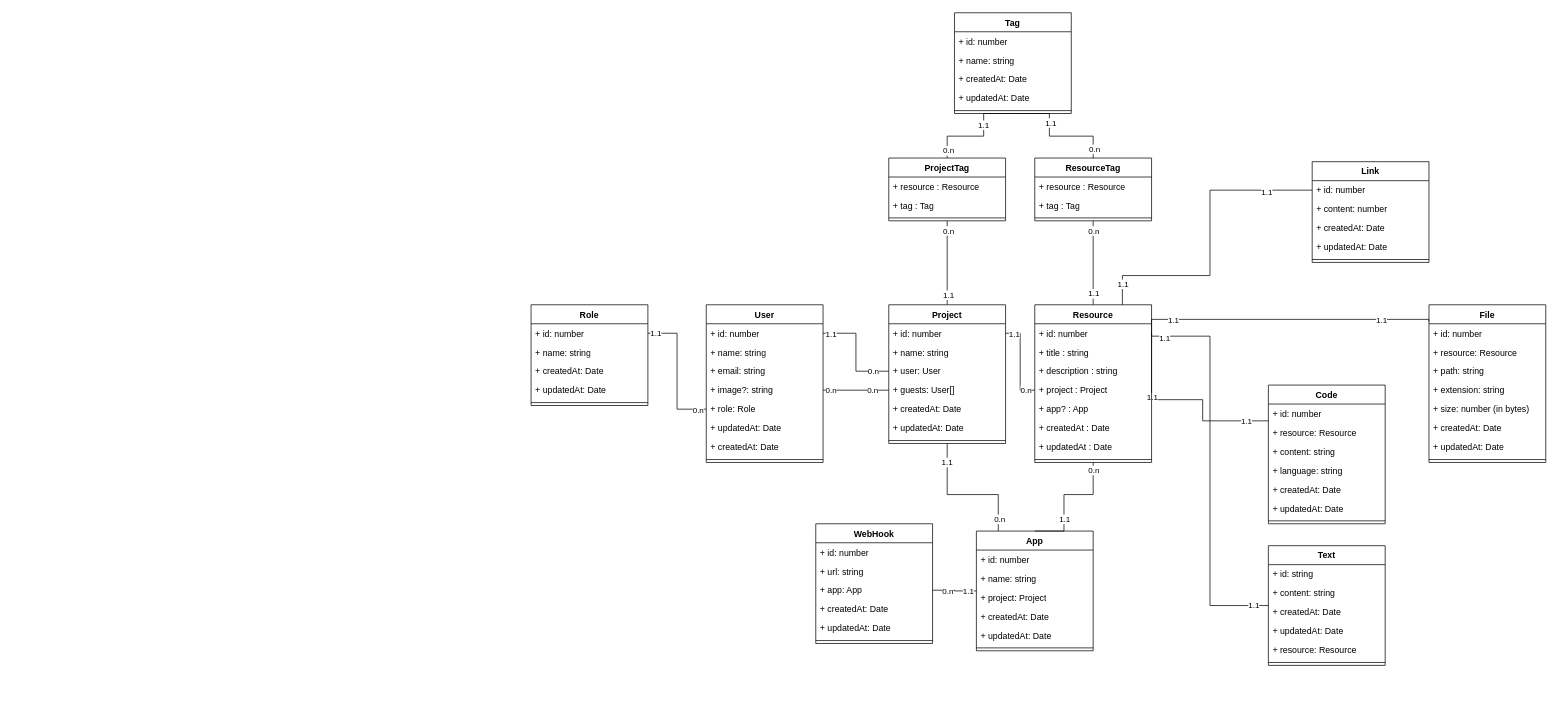
Before: diagrams/classDiagram.drawio in ChoaibMouhrach/codebuddy, a draw.io diagram. Source tidied: cells renumbered, new cells numbered last; positions are measured from the earlier drawing's top-left corner, leaving out a move shared by most shapes. Both pictures are drawn from the tidied source at 73%, with x=0, y=0 at pixel (531, 12).
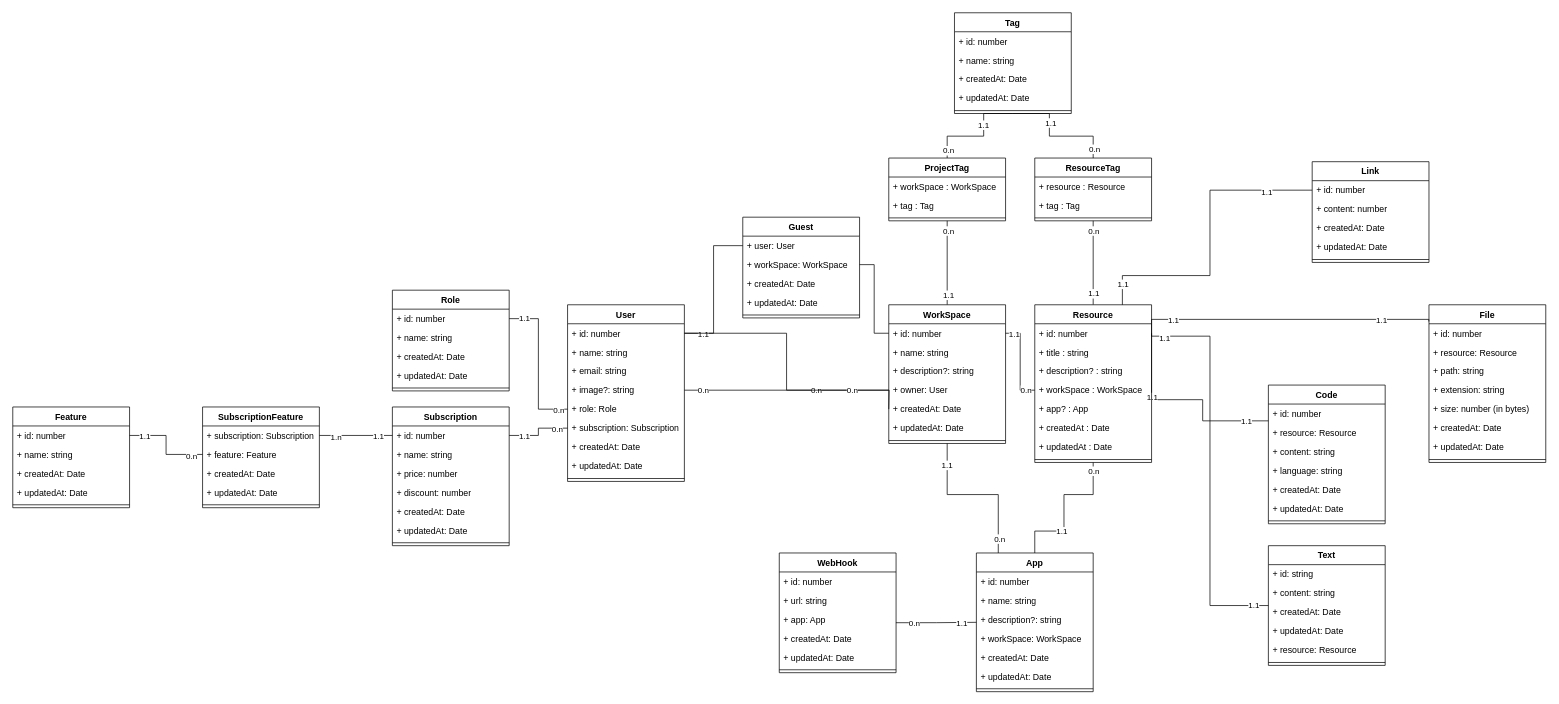
The same page after the edit.

Commit message:
add subscriptions table and rename projects to workspaces classDiagram.drawio

The change refers to these unchanged cells:
```xml
<mxCell id="6" value="+ id: number" style="text;strokeColor=none;fillColor=none;align=left;verticalAlign=top;spacingLeft=4;spacingRight=4;overflow=hidden;points=[[0,0.5],[1,0.5]];portConstraint=eastwest;whiteSpace=wrap;html=1;" parent="5" vertex="1">
  <mxGeometry y="26" width="160" height="26" as="geometry" />
</mxCell>
<mxCell id="14" value="+ id: number" style="text;strokeColor=none;fillColor=none;align=left;verticalAlign=top;spacingLeft=4;spacingRight=4;overflow=hidden;points=[[0,0.5],[1,0.5]];portConstraint=eastwest;whiteSpace=wrap;html=1;" parent="13" vertex="1">
  <mxGeometry y="26" width="160" height="26" as="geometry" />
</mxCell>
<mxCell id="17" value="+ image?: string" style="text;strokeColor=none;fillColor=none;align=left;verticalAlign=top;spacingLeft=4;spacingRight=4;overflow=hidden;points=[[0,0.5],[1,0.5]];portConstraint=eastwest;whiteSpace=wrap;html=1;" parent="13" vertex="1">
  <mxGeometry y="104" width="160" height="26" as="geometry" />
</mxCell>
<mxCell id="83" value="Resource" style="swimlane;fontStyle=1;align=center;verticalAlign=top;horizontal=1;startSize=26;whiteSpace=wrap;html=1;" parent="1" vertex="1">
  <mxGeometry x="690" y="400" width="160" height="216" as="geometry" />
</mxCell>
<mxCell id="108" value="ProjectTag" style="swimlane;fontStyle=1;align=center;verticalAlign=top;horizontal=1;startSize=26;whiteSpace=wrap;html=1;" parent="1" vertex="1">
  <mxGeometry x="490" y="199" width="160" height="86" as="geometry" />
</mxCell>
<mxCell id="118" style="edgeStyle=orthogonalEdgeStyle;rounded=0;jettySize=auto;html=1;entryX=1;entryY=0.5;entryDx=0;entryDy=0;endArrow=none;endFill=0;" parent="1" edge="1" source="8" target="14">
  <mxGeometry relative="1" as="geometry" />
</mxCell>
<mxCell id="121" style="edgeStyle=orthogonalEdgeStyle;rounded=0;jettySize=auto;html=1;entryX=1;entryY=0.5;entryDx=0;entryDy=0;endArrow=none;endFill=0;" parent="1" edge="1" source="18" target="69">
  <mxGeometry relative="1" as="geometry" />
</mxCell>
<mxCell id="130" value="+ app: App" style="text;strokeColor=none;fillColor=none;align=left;verticalAlign=top;spacingLeft=4;spacingRight=4;overflow=hidden;points=[[0,0.5],[1,0.5]];portConstraint=eastwest;whiteSpace=wrap;html=1;" parent="127" vertex="1">
  <mxGeometry y="78" width="160" height="26" as="geometry" />
</mxCell>
```

What changed in the source:
```diff
@@
-    <mxCell id="5" value="Project" style="swimlane;fontStyle=1;align=center;verticalAlign=top;horizontal=1;startSize=26;whiteSpace=wrap;html=1;" parent="1" vertex="1">
+    <mxCell id="5" value="WorkSpace" style="swimlane;fontStyle=1;align=center;verticalAlign=top;horizontal=1;startSize=26;whiteSpace=wrap;html=1;" parent="1" vertex="1">
       <mxGeometry x="490" y="400" width="160" height="190" as="geometry" />
     </mxCell>
@@
+    <mxCell id="137" value="+ description?: string" style="text;strokeColor=none;fillColor=none;align=left;verticalAlign=top;spacingLeft=4;spacingRight=4;overflow=hidden;whiteSpace=wrap;html=1;" parent="5" vertex="1">
+      <mxGeometry y="78" width="160" height="26" as="geometry" />
+    </mxCell>
-    <mxCell id="8" value="+ user: User" style="text;strokeColor=none;fillColor=none;align=left;verticalAlign=top;spacingLeft=4;spacingRight=4;overflow=hidden;points=[[0,0.5],[1,0.5]];portConstraint=eastwest;whiteSpace=wrap;html=1;" parent="5" vertex="1">
-      <mxGeometry y="78" width="160" height="26" as="geometry" />
+    <mxCell id="8" value="+ owner: User" style="text;strokeColor=none;fillColor=none;align=left;verticalAlign=top;spacingLeft=4;spacingRight=4;overflow=hidden;points=[[0,0.5],[1,0.5]];portConstraint=eastwest;whiteSpace=wrap;html=1;" parent="5" vertex="1">
+      <mxGeometry y="104" width="160" height="26" as="geometry" />
     </mxCell>
-    <mxCell id="9" value="+ guests: User[]" style="text;strokeColor=none;fillColor=none;align=left;verticalAlign=top;spacingLeft=4;spacingRight=4;overflow=hidden;points=[[0,0.5],[1,0.5]];portConstraint=eastwest;whiteSpace=wrap;html=1;" parent="5" vertex="1">
-      <mxGeometry y="104" width="160" height="26" as="geometry" />
-    </mxCell>
@@
     <mxCell id="13" value="User" style="swimlane;fontStyle=1;align=center;verticalAlign=top;horizontal=1;startSize=26;whiteSpace=wrap;html=1;" parent="1" vertex="1">
-      <mxGeometry x="240" y="400" width="160" height="216" as="geometry" />
+      <mxGeometry x="50" y="400" width="160" height="242" as="geometry" />
     </mxCell>
@@
-    <mxCell id="19" value="+ updatedAt: Date" style="text;strokeColor=none;fillColor=none;align=left;verticalAlign=top;spacingLeft=4;spacingRight=4;overflow=hidden;points=[[0,0.5],[1,0.5]];portConstraint=eastwest;whiteSpace=wrap;html=1;" parent="13" vertex="1">
+    <mxCell id="19" value="+ subscription: Subscription" style="text;strokeColor=none;fillColor=none;align=left;verticalAlign=top;spacingLeft=4;spacingRight=4;overflow=hidden;points=[[0,0.5],[1,0.5]];portConstraint=eastwest;whiteSpace=wrap;html=1;" parent="13" vertex="1">
       <mxGeometry y="156" width="160" height="26" as="geometry" />
     </mxCell>
@@
+    <mxCell id="138" value="+ updatedAt: Date" style="text;strokeColor=none;fillColor=none;align=left;verticalAlign=top;spacingLeft=4;spacingRight=4;overflow=hidden;whiteSpace=wrap;html=1;" parent="13" vertex="1">
+      <mxGeometry y="208" width="160" height="26" as="geometry" />
+    </mxCell>
     <mxCell id="21" style="line;strokeWidth=1;fillColor=none;align=left;verticalAlign=middle;spacingTop=-1;spacingLeft=3;spacingRight=3;labelPosition=right;strokeColor=inherit;" parent="13" vertex="1">
-      <mxGeometry y="208" width="160" height="8" as="geometry" />
+      <mxGeometry y="234" width="160" height="8" as="geometry" />
     </mxCell>
@@
     <mxCell id="25" value="App" style="swimlane;fontStyle=1;align=center;verticalAlign=top;horizontal=1;startSize=26;whiteSpace=wrap;html=1;" parent="1" vertex="1">
-      <mxGeometry x="610" y="710" width="160" height="164" as="geometry" />
+      <mxGeometry x="610" y="740" width="160" height="190" as="geometry" />
     </mxCell>
@@
+    <mxCell id="139" value="+ description?: string" style="text;strokeColor=none;fillColor=none;align=left;verticalAlign=top;spacingLeft=4;spacingRight=4;overflow=hidden;whiteSpace=wrap;html=1;" parent="25" vertex="1">
+      <mxGeometry y="78" width="160" height="26" as="geometry" />
+    </mxCell>
-    <mxCell id="28" value="+ project: Project" style="text;strokeColor=none;fillColor=none;align=left;verticalAlign=top;spacingLeft=4;spacingRight=4;overflow=hidden;whiteSpace=wrap;html=1;" parent="25" vertex="1">
-      <mxGeometry y="78" width="160" height="26" as="geometry" />
+    <mxCell id="28" value="+ workSpace: WorkSpace" style="text;strokeColor=none;fillColor=none;align=left;verticalAlign=top;spacingLeft=4;spacingRight=4;overflow=hidden;whiteSpace=wrap;html=1;" parent="25" vertex="1">
+      <mxGeometry y="104" width="160" height="26" as="geometry" />
     </mxCell>
     <mxCell id="29" value="+ createdAt: Date" style="text;strokeColor=none;fillColor=none;align=left;verticalAlign=top;spacingLeft=4;spacingRight=4;overflow=hidden;whiteSpace=wrap;html=1;" parent="25" vertex="1">
-      <mxGeometry y="104" width="160" height="26" as="geometry" />
+      <mxGeometry y="130" width="160" height="26" as="geometry" />
     </mxCell>
     <mxCell id="30" value="+ updatedAt: Date" style="text;strokeColor=none;fillColor=none;align=left;verticalAlign=top;spacingLeft=4;spacingRight=4;overflow=hidden;whiteSpace=wrap;html=1;" parent="25" vertex="1">
-      <mxGeometry y="130" width="160" height="26" as="geometry" />
+      <mxGeometry y="156" width="160" height="26" as="geometry" />
     </mxCell>
     <mxCell id="31" style="line;strokeWidth=1;fillColor=none;align=left;verticalAlign=middle;spacingTop=-1;spacingLeft=3;spacingRight=3;labelPosition=right;strokeColor=inherit;" parent="25" vertex="1">
-      <mxGeometry y="156" width="160" height="8" as="geometry" />
+      <mxGeometry y="182" width="160" height="8" as="geometry" />
     </mxCell>
@@
     <mxCell id="68" value="Role" style="swimlane;fontStyle=1;align=center;verticalAlign=top;horizontal=1;startSize=26;whiteSpace=wrap;html=1;" parent="1" vertex="1">
-      <mxGeometry y="400" width="160" height="138" as="geometry" />
+      <mxGeometry x="-190" y="380" width="160" height="138" as="geometry" />
     </mxCell>
@@
-    <mxCell id="86" value="+ description : string" style="text;strokeColor=none;fillColor=none;align=left;verticalAlign=top;spacingLeft=4;spacingRight=4;overflow=hidden;whiteSpace=wrap;html=1;" parent="83" vertex="1">
+    <mxCell id="86" value="+ description? : string" style="text;strokeColor=none;fillColor=none;align=left;verticalAlign=top;spacingLeft=4;spacingRight=4;overflow=hidden;whiteSpace=wrap;html=1;" parent="83" vertex="1">
       <mxGeometry y="78" width="160" height="26" as="geometry" />
     </mxCell>
-    <mxCell id="87" value="+ project : Project" style="text;strokeColor=none;fillColor=none;align=left;verticalAlign=top;spacingLeft=4;spacingRight=4;overflow=hidden;points=[[0,0.5],[1,0.5]];portConstraint=eastwest;whiteSpace=wrap;html=1;" parent="83" vertex="1">
+    <mxCell id="87" value="+ workSpace : WorkSpace" style="text;strokeColor=none;fillColor=none;align=left;verticalAlign=top;spacingLeft=4;spacingRight=4;overflow=hidden;points=[[0,0.5],[1,0.5]];portConstraint=eastwest;whiteSpace=wrap;html=1;" parent="83" vertex="1">
       <mxGeometry y="104" width="160" height="26" as="geometry" />
     </mxCell>
@@
-    <mxCell id="109" value="+ resource : Resource" style="text;strokeColor=none;fillColor=none;align=left;verticalAlign=top;spacingLeft=4;spacingRight=4;overflow=hidden;whiteSpace=wrap;html=1;" parent="108" vertex="1">
+    <mxCell id="109" value="+ workSpace : WorkSpace" style="text;strokeColor=none;fillColor=none;align=left;verticalAlign=top;spacingLeft=4;spacingRight=4;overflow=hidden;whiteSpace=wrap;html=1;" parent="108" vertex="1">
       <mxGeometry y="26" width="160" height="26" as="geometry" />
     </mxCell>
@@
     <mxCell id="119" value="0.n" style="edgeLabel;html=1;align=center;verticalAlign=middle;" parent="118" vertex="1">
       <mxGeometry x="-0.63" relative="1" as="geometry">
-        <mxPoint x="4" y="-1" as="offset" />
+        <mxPoint x="-34" y="-1" as="offset" />
       </mxGeometry>
     </mxCell>
@@
     <mxCell id="123" value="1.1" style="edgeLabel;html=1;align=center;verticalAlign=middle;" parent="121" vertex="1">
-      <mxGeometry x="0.89" y="-1" relative="1" as="geometry" />
+      <mxGeometry x="0.89" y="-1" relative="1" as="geometry">
+        <mxPoint x="9" as="offset" />
+      </mxGeometry>
     </mxCell>
-    <mxCell id="124" style="edgeStyle=orthogonalEdgeStyle;rounded=0;jettySize=auto;html=1;entryX=1;entryY=0.5;entryDx=0;entryDy=0;endArrow=none;endFill=0;" parent="1" edge="1" source="9" target="17">
-      <mxGeometry relative="1" as="geometry" />
+    <mxCell id="124" style="edgeStyle=orthogonalEdgeStyle;rounded=0;jettySize=auto;html=1;entryX=1;entryY=0.5;entryDx=0;entryDy=0;endArrow=none;endFill=0;" parent="1" edge="1" target="17">
+      <mxGeometry relative="1" as="geometry">
+        <mxPoint x="490" y="543" as="sourcePoint" />
+      </mxGeometry>
     </mxCell>
@@
     <mxCell id="127" value="WebHook" style="swimlane;fontStyle=1;align=center;verticalAlign=top;horizontal=1;startSize=26;whiteSpace=wrap;html=1;" parent="1" vertex="1">
-      <mxGeometry x="390" y="700" width="160" height="164" as="geometry" />
+      <mxGeometry x="340" y="740" width="160" height="164" as="geometry" />
     </mxCell>
@@
-    <mxCell id="134" style="edgeStyle=orthogonalEdgeStyle;rounded=0;jettySize=auto;html=1;endArrow=none;endFill=0;" parent="1" edge="1" source="130" target="25">
+    <mxCell id="134" style="edgeStyle=orthogonalEdgeStyle;rounded=0;jettySize=auto;html=1;endArrow=none;endFill=0;exitX=0.999;exitY=0.674;exitDx=0;exitDy=0;exitPerimeter=0;" parent="1" edge="1" source="130" target="25">
       <mxGeometry relative="1" as="geometry" />
     </mxCell>
@@
+    <mxCell id="140" value="Guest" style="swimlane;fontStyle=1;align=center;verticalAlign=top;horizontal=1;startSize=26;whiteSpace=wrap;html=1;" parent="1" vertex="1">
+      <mxGeometry x="290" y="280" width="160" height="138" as="geometry" />
+    </mxCell>
+    <mxCell id="141" value="+ user: User" style="text;strokeColor=none;fillColor=none;align=left;verticalAlign=top;spacingLeft=4;spacingRight=4;overflow=hidden;points=[[0,0.5],[1,0.5]];portConstraint=eastwest;whiteSpace=wrap;html=1;" parent="140" vertex="1">
+      <mxGeometry y="26" width="160" height="26" as="geometry" />
+    </mxCell>
+    <mxCell id="142" value="+ workSpace: WorkSpace" style="text;strokeColor=none;fillColor=none;align=left;verticalAlign=top;spacingLeft=4;spacingRight=4;overflow=hidden;points=[[0,0.5],[1,0.5]];portConstraint=eastwest;whiteSpace=wrap;html=1;" parent="140" vertex="1">
+      <mxGeometry y="52" width="160" height="26" as="geometry" />
+    </mxCell>
+    <mxCell id="143" value="+ createdAt: Date" style="text;strokeColor=none;fillColor=none;align=left;verticalAlign=top;spacingLeft=4;spacingRight=4;overflow=hidden;whiteSpace=wrap;html=1;" parent="140" vertex="1">
+      <mxGeometry y="78" width="160" height="26" as="geometry" />
+    </mxCell>
+    <mxCell id="144" value="+ updatedAt: Date" style="text;strokeColor=none;fillColor=none;align=left;verticalAlign=top;spacingLeft=4;spacingRight=4;overflow=hidden;whiteSpace=wrap;html=1;" parent="140" vertex="1">
+      <mxGeometry y="104" width="160" height="26" as="geometry" />
+    </mxCell>
+    <mxCell id="145" style="line;strokeWidth=1;fillColor=none;align=left;verticalAlign=middle;spacingTop=-1;spacingLeft=3;spacingRight=3;labelPosition=right;strokeColor=inherit;" parent="140" vertex="1">
+      <mxGeometry y="130" width="160" height="8" as="geometry" />
+    </mxCell>
+    <mxCell id="146" style="edgeStyle=orthogonalEdgeStyle;rounded=0;jettySize=auto;html=1;entryX=1;entryY=0.5;entryDx=0;entryDy=0;endArrow=none;endFill=0;" parent="1" edge="1" source="141" target="14">
+      <mxGeometry relative="1" as="geometry" />
+    </mxCell>
+    <mxCell id="147" style="edgeStyle=orthogonalEdgeStyle;rounded=0;jettySize=auto;html=1;entryX=0;entryY=0.5;entryDx=0;entryDy=0;endArrow=none;endFill=0;" parent="1" edge="1" source="142" target="6">
+      <mxGeometry relative="1" as="geometry" />
+    </mxCell>
+    <mxCell id="148" value="Subscription" style="swimlane;fontStyle=1;align=center;verticalAlign=top;horizontal=1;startSize=26;whiteSpace=wrap;html=1;" parent="1" vertex="1">
+      <mxGeometry x="-190" y="540" width="160" height="190" as="geometry" />
+    </mxCell>
+    <mxCell id="149" value="+ id: number" style="text;strokeColor=none;fillColor=none;align=left;verticalAlign=top;spacingLeft=4;spacingRight=4;overflow=hidden;points=[[0,0.5],[1,0.5]];portConstraint=eastwest;whiteSpace=wrap;html=1;" parent="148" vertex="1">
+      <mxGeometry y="26" width="160" height="26" as="geometry" />
+    </mxCell>
+    <mxCell id="150" value="+ name: string" style="text;strokeColor=none;fillColor=none;align=left;verticalAlign=top;spacingLeft=4;spacingRight=4;overflow=hidden;whiteSpace=wrap;html=1;" parent="148" vertex="1">
+      <mxGeometry y="52" width="160" height="26" as="geometry" />
+    </mxCell>
+    <mxCell id="151" value="+ price: number" style="text;strokeColor=none;fillColor=none;align=left;verticalAlign=top;spacingLeft=4;spacingRight=4;overflow=hidden;whiteSpace=wrap;html=1;" parent="148" vertex="1">
+      <mxGeometry y="78" width="160" height="26" as="geometry" />
+    </mxCell>
+    <mxCell id="152" value="+ discount: number" style="text;strokeColor=none;fillColor=none;align=left;verticalAlign=top;spacingLeft=4;spacingRight=4;overflow=hidden;whiteSpace=wrap;html=1;" parent="148" vertex="1">
+      <mxGeometry y="104" width="160" height="26" as="geometry" />
+    </mxCell>
+    <mxCell id="153" value="+ createdAt: Date" style="text;strokeColor=none;fillColor=none;align=left;verticalAlign=top;spacingLeft=4;spacingRight=4;overflow=hidden;whiteSpace=wrap;html=1;" parent="148" vertex="1">
+      <mxGeometry y="130" width="160" height="26" as="geometry" />
+    </mxCell>
+    <mxCell id="154" value="+ updatedAt: Date" style="text;strokeColor=none;fillColor=none;align=left;verticalAlign=top;spacingLeft=4;spacingRight=4;overflow=hidden;whiteSpace=wrap;html=1;" parent="148" vertex="1">
+      <mxGeometry y="156" width="160" height="26" as="geometry" />
+    </mxCell>
+    <mxCell id="155" style="line;strokeWidth=1;fillColor=none;align=left;verticalAlign=middle;spacingTop=-1;spacingLeft=3;spacingRight=3;labelPosition=right;strokeColor=inherit;" parent="148" vertex="1">
+      <mxGeometry y="182" width="160" height="8" as="geometry" />
+    </mxCell>
+    <mxCell id="156" style="edgeStyle=orthogonalEdgeStyle;rounded=0;jettySize=auto;html=1;entryX=1;entryY=0.5;entryDx=0;entryDy=0;endArrow=none;endFill=0;" parent="1" edge="1" source="19" target="149">
+      <mxGeometry relative="1" as="geometry" />
+    </mxCell>
+    <mxCell id="157" value="1.1" style="edgeLabel;html=1;align=center;verticalAlign=middle;" parent="156" vertex="1">
+      <mxGeometry x="0.84" y="-1" relative="1" as="geometry">
+        <mxPoint x="13" y="1" as="offset" />
+      </mxGeometry>
+    </mxCell>
+    <mxCell id="158" value="0.n" style="edgeLabel;html=1;align=center;verticalAlign=middle;" parent="156" vertex="1">
+      <mxGeometry x="-0.67" y="1" relative="1" as="geometry" />
+    </mxCell>
+    <mxCell id="159" value="Feature" style="swimlane;fontStyle=1;align=center;verticalAlign=top;horizontal=1;startSize=26;whiteSpace=wrap;html=1;" parent="1" vertex="1">
+      <mxGeometry x="-710" y="540" width="160" height="138" as="geometry" />
+    </mxCell>
+    <mxCell id="160" value="+ id: number" style="text;strokeColor=none;fillColor=none;align=left;verticalAlign=top;spacingLeft=4;spacingRight=4;overflow=hidden;points=[[0,0.5],[1,0.5]];portConstraint=eastwest;whiteSpace=wrap;html=1;" parent="159" vertex="1">
+      <mxGeometry y="26" width="160" height="26" as="geometry" />
+    </mxCell>
+    <mxCell id="161" value="+ name: string" style="text;strokeColor=none;fillColor=none;align=left;verticalAlign=top;spacingLeft=4;spacingRight=4;overflow=hidden;whiteSpace=wrap;html=1;" parent="159" vertex="1">
+      <mxGeometry y="52" width="160" height="26" as="geometry" />
+    </mxCell>
+    <mxCell id="162" value="+ createdAt: Date" style="text;strokeColor=none;fillColor=none;align=left;verticalAlign=top;spacingLeft=4;spacingRight=4;overflow=hidden;whiteSpace=wrap;html=1;" parent="159" vertex="1">
+      <mxGeometry y="78" width="160" height="26" as="geometry" />
+    </mxCell>
+    <mxCell id="163" value="+ updatedAt: Date" style="text;strokeColor=none;fillColor=none;align=left;verticalAlign=top;spacingLeft=4;spacingRight=4;overflow=hidden;whiteSpace=wrap;html=1;" parent="159" vertex="1">
+      <mxGeometry y="104" width="160" height="26" as="geometry" />
+    </mxCell>
+    <mxCell id="164" style="line;strokeWidth=1;fillColor=none;align=left;verticalAlign=middle;spacingTop=-1;spacingLeft=3;spacingRight=3;labelPosition=right;strokeColor=inherit;" parent="159" vertex="1">
+      <mxGeometry y="130" width="160" height="8" as="geometry" />
+    </mxCell>
+    <mxCell id="165" value="SubscriptionFeature" style="swimlane;fontStyle=1;align=center;verticalAlign=top;horizontal=1;startSize=26;whiteSpace=wrap;html=1;" parent="1" vertex="1">
+      <mxGeometry x="-450" y="540" width="160" height="138" as="geometry" />
+    </mxCell>
+    <mxCell id="166" value="+ subscription: Subscription" style="text;strokeColor=none;fillColor=none;align=left;verticalAlign=top;spacingLeft=4;spacingRight=4;overflow=hidden;points=[[0,0.5],[1,0.5]];portConstraint=eastwest;whiteSpace=wrap;html=1;" parent="165" vertex="1">
+      <mxGeometry y="26" width="160" height="26" as="geometry" />
+    </mxCell>
+    <mxCell id="167" value="+ feature: Feature" style="text;strokeColor=none;fillColor=none;align=left;verticalAlign=top;spacingLeft=4;spacingRight=4;overflow=hidden;points=[[0,0.5],[1,0.5]];portConstraint=eastwest;whiteSpace=wrap;html=1;" parent="165" vertex="1">
+      <mxGeometry y="52" width="160" height="26" as="geometry" />
+    </mxCell>
+    <mxCell id="168" value="+ createdAt: Date" style="text;strokeColor=none;fillColor=none;align=left;verticalAlign=top;spacingLeft=4;spacingRight=4;overflow=hidden;whiteSpace=wrap;html=1;" parent="165" vertex="1">
+      <mxGeometry y="78" width="160" height="26" as="geometry" />
+    </mxCell>
+    <mxCell id="169" value="+ updatedAt: Date" style="text;strokeColor=none;fillColor=none;align=left;verticalAlign=top;spacingLeft=4;spacingRight=4;overflow=hidden;whiteSpace=wrap;html=1;" parent="165" vertex="1">
+      <mxGeometry y="104" width="160" height="26" as="geometry" />
+    </mxCell>
+    <mxCell id="170" style="line;strokeWidth=1;fillColor=none;align=left;verticalAlign=middle;spacingTop=-1;spacingLeft=3;spacingRight=3;labelPosition=right;strokeColor=inherit;" parent="165" vertex="1">
+      <mxGeometry y="130" width="160" height="8" as="geometry" />
+    </mxCell>
+    <mxCell id="171" style="edgeStyle=orthogonalEdgeStyle;rounded=0;jettySize=auto;html=1;entryX=1;entryY=0.5;entryDx=0;entryDy=0;endArrow=none;endFill=0;" parent="1" edge="1" source="167" target="160">
+      <mxGeometry relative="1" as="geometry" />
+    </mxCell>
+    <mxCell id="172" value="1.1" style="edgeLabel;html=1;align=center;verticalAlign=middle;" parent="171" vertex="1">
+      <mxGeometry x="0.78" y="1" relative="1" as="geometry">
+        <mxPoint x="6" y="-1" as="offset" />
+      </mxGeometry>
+    </mxCell>
+    <mxCell id="173" value="0.n" style="edgeLabel;html=1;align=center;verticalAlign=middle;" parent="171" vertex="1">
+      <mxGeometry x="-0.75" y="2" relative="1" as="geometry" />
+    </mxCell>
+    <mxCell id="174" style="edgeStyle=orthogonalEdgeStyle;rounded=0;jettySize=auto;html=1;entryX=0;entryY=0.5;entryDx=0;entryDy=0;endArrow=none;endFill=0;" parent="1" edge="1" source="166" target="149">
+      <mxGeometry relative="1" as="geometry" />
+    </mxCell>
+    <mxCell id="175" value="1.1" style="edgeLabel;html=1;align=center;verticalAlign=middle;" parent="174" vertex="1">
+      <mxGeometry x="0.6" y="-1" relative="1" as="geometry" />
+    </mxCell>
+    <mxCell id="176" value="1.n" style="edgeLabel;html=1;align=center;verticalAlign=middle;" parent="174" vertex="1">
+      <mxGeometry x="-0.55" y="-2" relative="1" as="geometry" />
+    </mxCell>
```
